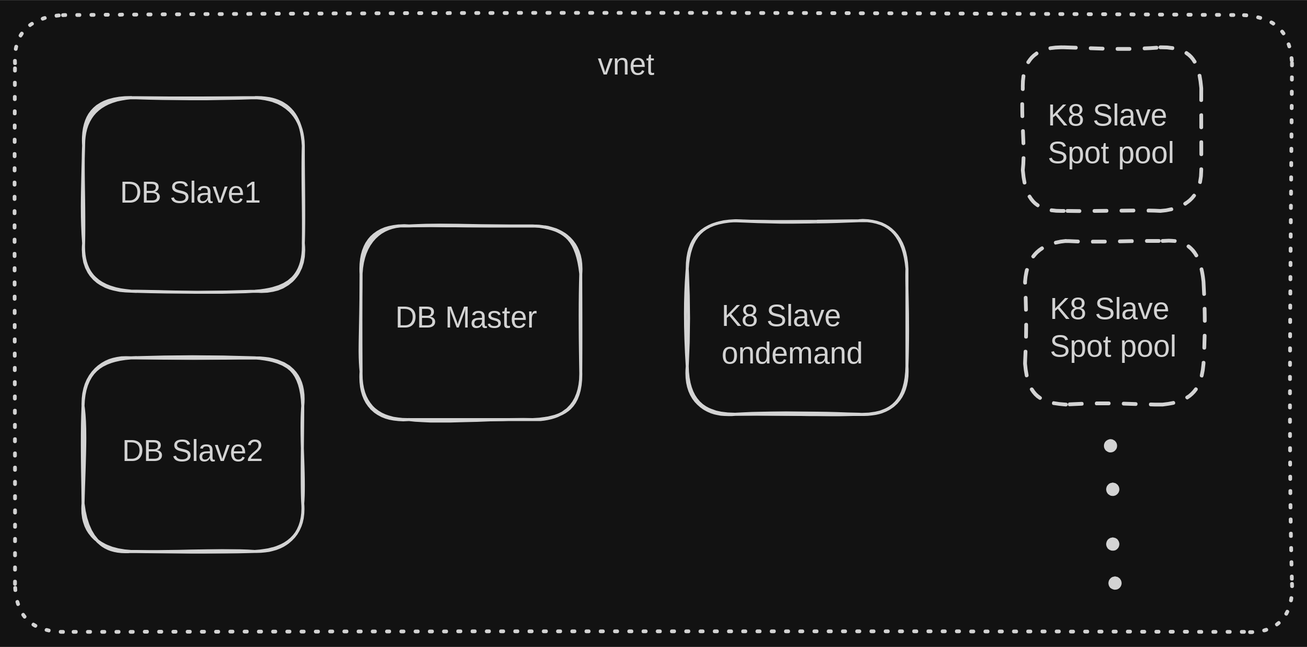
This is assets/architecture.svg from gtaswin/Multi-Cloud-K8s-Iac, a Excalidraw export, as it was before one commit. Source tidied: one line per element, renumbered; positions are measured from the earlier drawing's top-left corner, leaving out a move shared by most shapes.
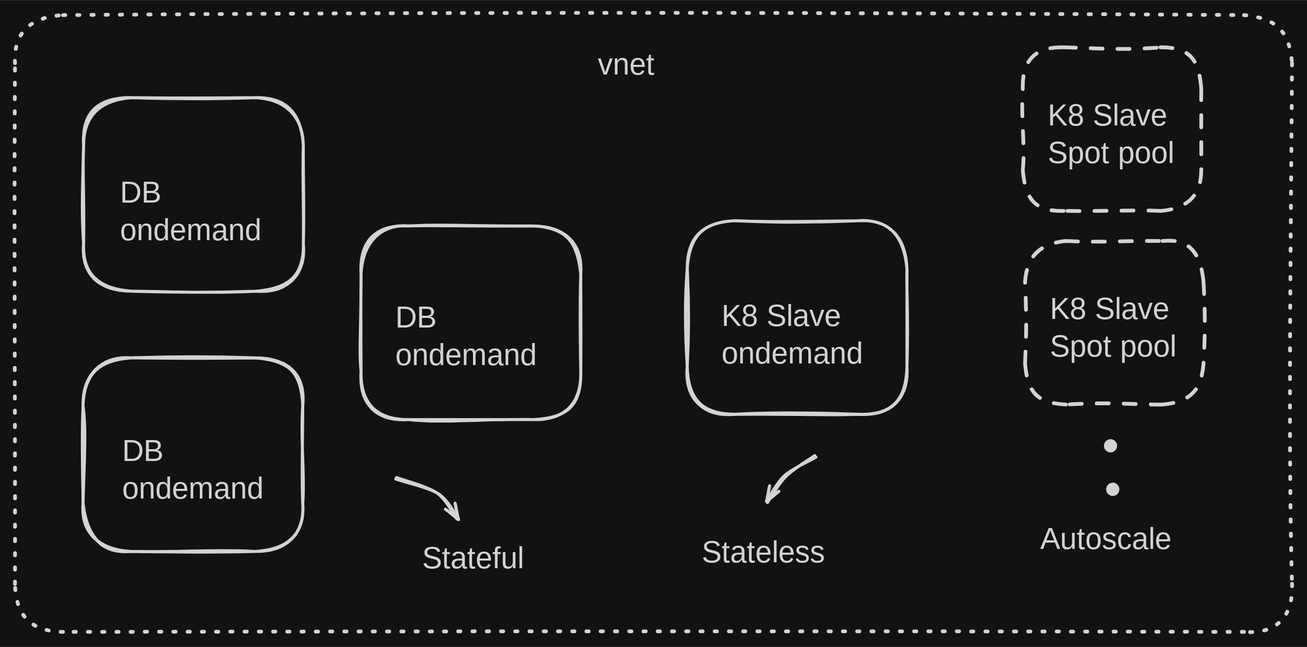
Later version of the same file.

Change to the diagram source:
```diff
@@ -4,9 +4,9 @@
 {"id": 3, "type": "rectangle", "strokeColor": "#1e1e1e", "strokeWidth": 2, "roughness": 1, "round": true, "x": 46, "y": 55, "width": 146, "height": 129}
 {"id": 4, "type": "rectangle", "strokeColor": "#1e1e1e", "strokeWidth": 2, "strokeStyle": "dotted", "roughness": 1, "round": true, "x": 0, "y": 0, "width": 852, "height": 411}
 {"id": 5, "type": "text", "text": "vnet", "strokeColor": "#1e1e1e", "strokeWidth": 2, "strokeStyle": "dotted", "roughness": 1, "fontSize": 20, "fontFamily": 5, "x": 388, "y": 22, "width": 43, "height": 25}
-{"id": 6, "type": "text", "text": "DB Slave1", "strokeColor": "#1e1e1e", "strokeWidth": 2, "strokeStyle": "dotted", "roughness": 1, "fontSize": 20, "fontFamily": 5, "x": 70, "y": 108, "width": 97, "height": 25}
+{"id": 6, "type": "text", "text": "DB\nondemand", "strokeColor": "#1e1e1e", "strokeWidth": 2, "strokeStyle": "dotted", "roughness": 1, "fontSize": 20, "fontFamily": 5, "x": 70, "y": 108, "width": 93, "height": 50}
-{"id": 7, "type": "text", "text": "DB Slave2", "strokeColor": "#1e1e1e", "strokeWidth": 2, "strokeStyle": "dotted", "roughness": 1, "fontSize": 20, "fontFamily": 5, "x": 71, "y": 280, "width": 103, "height": 25}
+{"id": 7, "type": "text", "text": "DB\nondemand", "strokeColor": "#1e1e1e", "strokeWidth": 2, "strokeStyle": "dotted", "roughness": 1, "fontSize": 20, "fontFamily": 5, "x": 71, "y": 280, "width": 93, "height": 50}
-{"id": 8, "type": "text", "text": "DB Master", "strokeColor": "#1e1e1e", "strokeWidth": 2, "strokeStyle": "dotted", "roughness": 1, "fontSize": 20, "fontFamily": 5, "x": 254, "y": 190, "width": 107, "height": 25}
+{"id": 8, "type": "text", "text": "DB\nondemand", "strokeColor": "#1e1e1e", "strokeWidth": 2, "strokeStyle": "dotted", "roughness": 1, "fontSize": 20, "fontFamily": 5, "x": 254, "y": 190, "width": 93, "height": 50}
 {"id": 9, "type": "text", "text": "K8 Slave \nondemand", "strokeColor": "#1e1e1e", "strokeWidth": 2, "strokeStyle": "dotted", "roughness": 1, "fontSize": 20, "fontFamily": 5, "x": 471, "y": 190, "width": 93, "height": 50}
 {"id": 10, "type": "rectangle", "strokeColor": "#1e1e1e", "strokeWidth": 2, "strokeStyle": "dashed", "roughness": 1, "round": true, "x": 672, "y": 22, "width": 119, "height": 109}
 {"id": 11, "type": "text", "text": "K8 Slave \nSpot pool ", "strokeColor": "#1e1e1e", "strokeWidth": 2, "strokeStyle": "dotted", "roughness": 1, "fontSize": 20, "fontFamily": 5, "x": 689, "y": 56, "width": 101, "height": 50}
@@ -14,5 +14,8 @@
 {"id": 13, "type": "text", "text": "K8 Slave \nSpot pool ", "strokeColor": "#1e1e1e", "strokeWidth": 2, "strokeStyle": "dotted", "roughness": 1, "fontSize": 20, "fontFamily": 5, "x": 690, "y": 185, "width": 101, "height": 50}
 {"id": 14, "type": "freedraw", "strokeColor": "#1e1e1e", "strokeWidth": 2, "strokeStyle": "dotted", "roughness": 1, "x": 730, "y": 287, "width": 0, "height": 0, "points": [[0, 0], [0, 0]]}
 {"id": 15, "type": "freedraw", "strokeColor": "#1e1e1e", "strokeWidth": 2, "strokeStyle": "dotted", "roughness": 1, "x": 732, "y": 316, "width": 0, "height": 0, "points": [[0, 0], [0, 0]]}
-{"id": 16, "type": "freedraw", "strokeColor": "#1e1e1e", "strokeWidth": 2, "strokeStyle": "dotted", "roughness": 1, "x": 732, "y": 352, "width": 0, "height": 0, "points": [[0, 0], [0, 0]]}
-{"id": 17, "type": "freedraw", "strokeColor": "#1e1e1e", "strokeWidth": 2, "strokeStyle": "dotted", "roughness": 1, "x": 734, "y": 378, "width": 0, "height": 0, "points": [[0, 0], [0, 0]]}
+{"id": 18, "type": "arrow", "strokeColor": "#1e1e1e", "strokeWidth": 2, "roughness": 1, "endArrowhead": "arrow", "round": true, "to": 19, "x": 254, "y": 308, "width": 41, "height": 28, "points": [[0, 0], [28, 10], [41, 28]]}
+{"id": 19, "type": "text", "text": "Stateful", "strokeColor": "#1e1e1e", "strokeWidth": 2, "roughness": 1, "fontSize": 20, "fontFamily": 5, "x": 272, "y": 351, "width": 82, "height": 25}
+{"id": 20, "type": "text", "text": "Stateless", "strokeColor": "#1e1e1e", "strokeWidth": 2, "roughness": 1, "fontSize": 20, "fontFamily": 5, "x": 458, "y": 347, "width": 94, "height": 25}
+{"id": 21, "type": "arrow", "strokeColor": "#1e1e1e", "strokeWidth": 2, "roughness": 1, "endArrowhead": "arrow", "round": true, "x": 534, "y": 294, "width": 32, "height": 31, "points": [[0, 0], [-20, 13], [-32, 31]]}
+{"id": 22, "type": "text", "text": "Autoscale", "strokeColor": "#1e1e1e", "strokeWidth": 2, "roughness": 1, "fontSize": 20, "fontFamily": 5, "x": 684, "y": 338, "width": 95, "height": 25}
```
